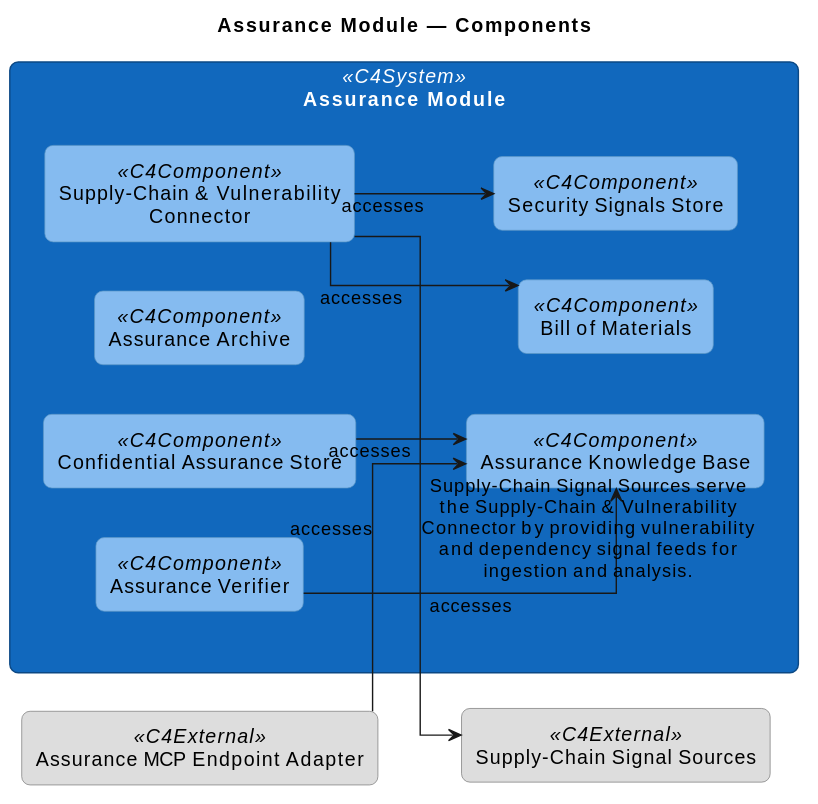
Above: engagements/ENG-ARCH-REPO/architecture-repository/diagram-catalog/rendered/CC@1780829796.SOoZQh.assurance-module-components.svg in mbauer83/assisted-architecture-management (PlantUML), before the change. Its diagram source:
```plantuml
@startuml
left to right direction
skinparam shadowing false
skinparam linetype ortho
skinparam defaultTextAlignment center
skinparam wrapWidth 240
skinparam maxMessageSize 240
skinparam rectangle {
  RoundCorner 12
  Padding 10
}
skinparam actor {
  BackgroundColor #08427b
  BorderColor #052e56
  FontColor white
}
skinparam rectangle<<C4System>> {
  BackgroundColor #1168bd
  BorderColor #0b4884
  FontColor white
}
skinparam rectangle<<C4Container>> {
  BackgroundColor #438dd5
  BorderColor #2f6da6
  FontColor white
}
skinparam rectangle<<C4Component>> {
  BackgroundColor #85bbf0
  BorderColor #5e98c8
  FontColor black
}
skinparam rectangle<<C4External>> {
  BackgroundColor #dddddd
  BorderColor #777777
  FontColor black
}

title Assurance Module — Components

rectangle "Assurance Module" <<C4System>> as GRP_rW_2nX {
  rectangle "Confidential Assurance Store" <<C4Component>> as APP_E0fzqZ
  rectangle "Assurance Archive" <<C4Component>> as APP_GnsLC8
  rectangle "Assurance Verifier" <<C4Component>> as APP_XFD85E
  rectangle "Supply-Chain & Vulnerability Connector" <<C4Component>> as APP_e2zPs6
  rectangle "Assurance Knowledge Base" <<C4Component>> as DOB_ApaPcg
  rectangle "Bill of Materials" <<C4Component>> as DOB_dRnK_o
  rectangle "Security Signals Store" <<C4Component>> as DOB_p04R7k
  APP_E0fzqZ -[hidden]right- APP_GnsLC8
  APP_GnsLC8 -[hidden]right- APP_XFD85E
  APP_XFD85E -[hidden]right- APP_e2zPs6
  APP_e2zPs6 -[hidden]right- DOB_ApaPcg
  DOB_ApaPcg -[hidden]right- DOB_dRnK_o
  DOB_dRnK_o -[hidden]right- DOB_p04R7k

}

rectangle "Assurance MCP Endpoint Adapter" <<C4External>> as APP_m_U5S1
rectangle "Supply-Chain Signal Sources" <<C4External>> as APP_JqIBPJ

GRP_rW_2nX -[hidden]right- APP_m_U5S1
APP_m_U5S1 -[hidden]right- APP_JqIBPJ


APP_m_U5S1 --> DOB_ApaPcg : accesses
APP_E0fzqZ --> DOB_ApaPcg : accesses
APP_XFD85E --> DOB_ApaPcg : accesses
APP_e2zPs6 --> DOB_dRnK_o : accesses
APP_e2zPs6 --> DOB_p04R7k : accesses
APP_e2zPs6 --> APP_JqIBPJ : Supply-Chain Signal Sources serve the Supply-Chain & Vulnerability Connector by providing vulnerability and dependency signal feeds for ingestion and analysis.
@enduml
```
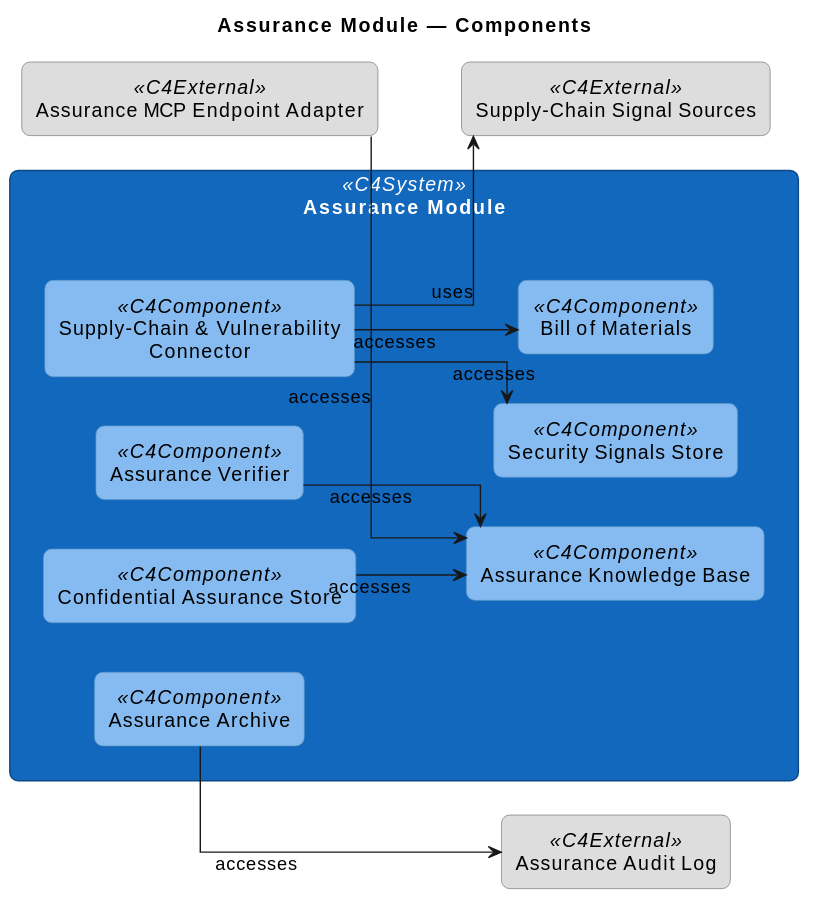
The same diagram one commit later.

Change to the diagram source:
```diff
@@ -56,15 +56,18 @@
 
 rectangle "Assurance MCP Endpoint Adapter" <<C4External>> as APP_m_U5S1
 rectangle "Supply-Chain Signal Sources" <<C4External>> as APP_JqIBPJ
+rectangle "Assurance Audit Log" <<C4External>> as DOB_H_xFye
 
 GRP_rW_2nX -[hidden]right- APP_m_U5S1
 APP_m_U5S1 -[hidden]right- APP_JqIBPJ
+APP_JqIBPJ -[hidden]right- DOB_H_xFye
 
 
 APP_m_U5S1 --> DOB_ApaPcg : accesses
 APP_E0fzqZ --> DOB_ApaPcg : accesses
+APP_GnsLC8 --> DOB_H_xFye : accesses
 APP_XFD85E --> DOB_ApaPcg : accesses
 APP_e2zPs6 --> DOB_dRnK_o : accesses
 APP_e2zPs6 --> DOB_p04R7k : accesses
-APP_e2zPs6 --> APP_JqIBPJ : Supply-Chain Signal Sources serve the Supply-Chain & Vulnerability Connector by providing vulnerability and dependency signal feeds for ingestion and analysis.
+APP_e2zPs6 --> APP_JqIBPJ : uses
 @enduml
```
